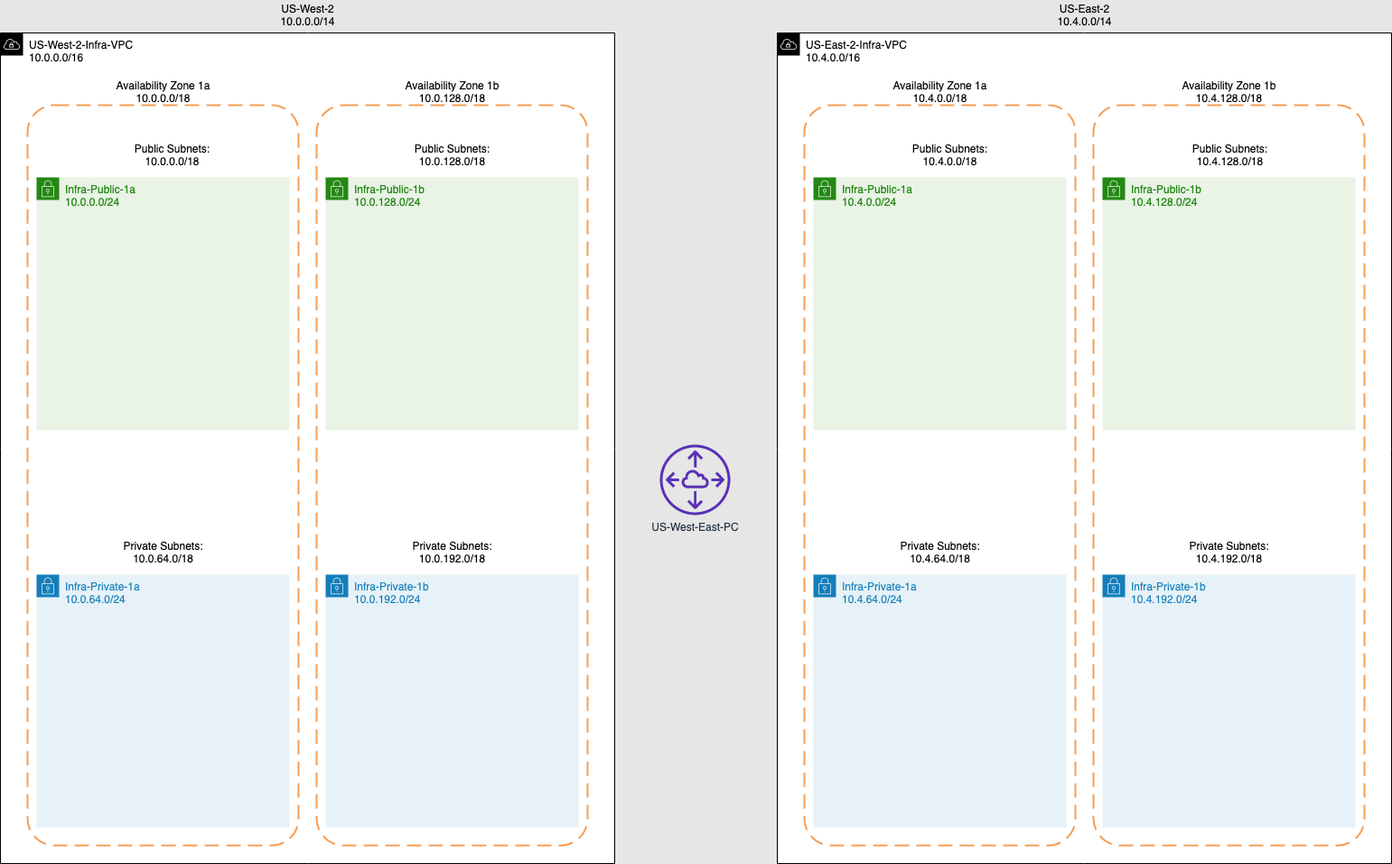
Earlier version of the draw.io export aws-infra-topology.png (that1guy15/aws-infra-terraform). Source tidied: cells renumbered, new cells last; positions are measured from the earlier drawing's top-left corner, leaving out a move shared by most shapes.
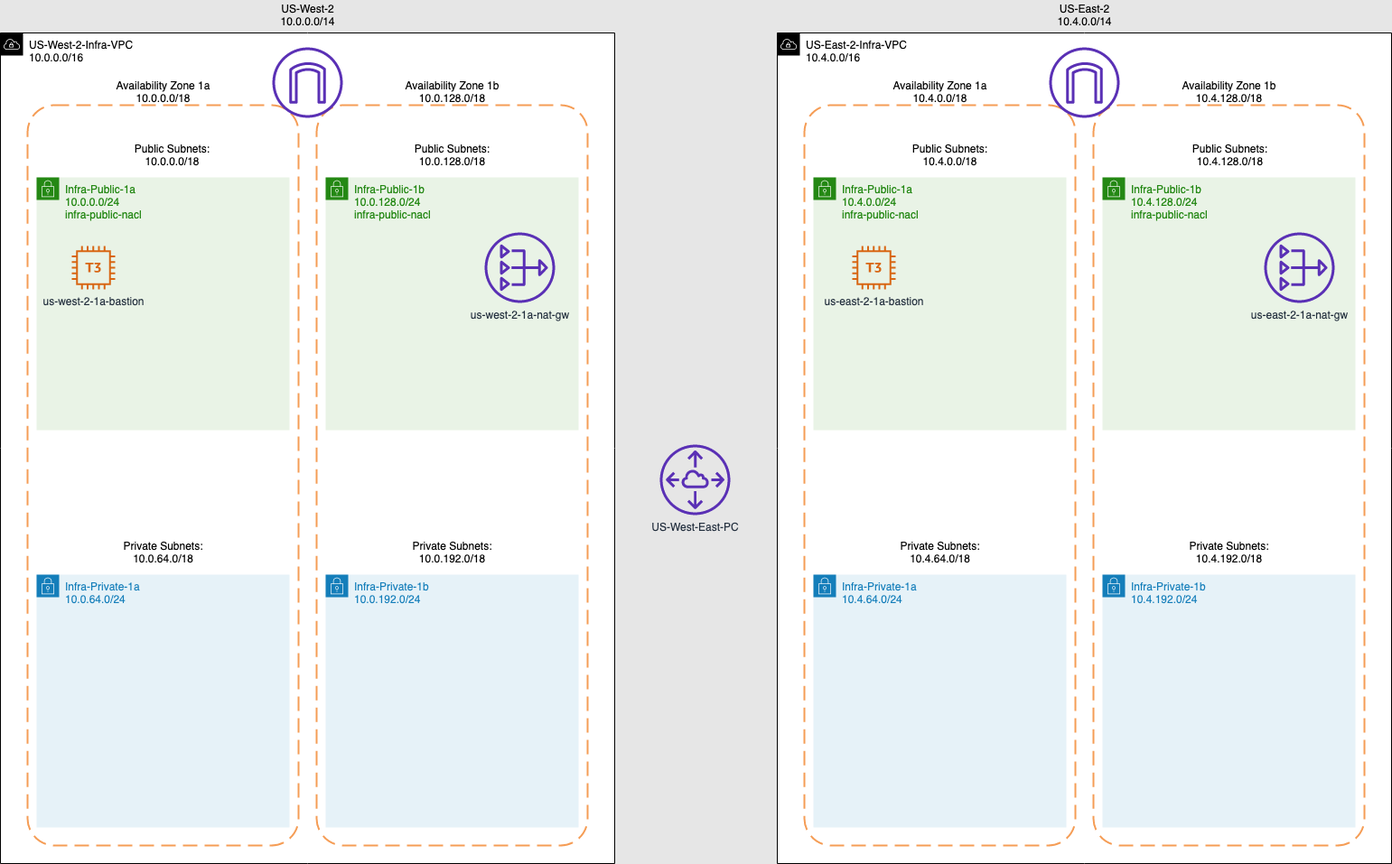
Later version of the same file.

What changed in the source:
```diff
@@ -23,10 +23,10 @@
     <mxCell id="8" value="Infra-Private-1b&lt;br&gt;10.0.192.0/24" style="gradientColor=none;html=1;whiteSpace=wrap;fontSize=12;fontStyle=0;shape=mxgraph.aws4.group;grIcon=mxgraph.aws4.group_security_group;grStroke=0;strokeColor=#147EBA;fillColor=#E6F2F8;verticalAlign=top;align=left;spacingLeft=30;fontColor=#147EBA;dashed=0;" parent="1" vertex="1">
       <mxGeometry x="360" y="636" width="280" height="280" as="geometry" />
     </mxCell>
-    <mxCell id="9" value="Infra-Public-1a&lt;br&gt;10.0.0.0/24" style="gradientColor=none;html=1;whiteSpace=wrap;fontSize=12;fontStyle=0;shape=mxgraph.aws4.group;grIcon=mxgraph.aws4.group_security_group;grStroke=0;strokeColor=#248814;fillColor=#E9F3E6;verticalAlign=top;align=left;spacingLeft=30;fontColor=#248814;dashed=0;" parent="1" vertex="1">
+    <mxCell id="9" value="Infra-Public-1a&lt;br&gt;10.0.0.0/24&lt;br&gt;infra-public-nacl" style="gradientColor=none;html=1;whiteSpace=wrap;fontSize=12;fontStyle=0;shape=mxgraph.aws4.group;grIcon=mxgraph.aws4.group_security_group;grStroke=0;strokeColor=#248814;fillColor=#E9F3E6;verticalAlign=top;align=left;spacingLeft=30;fontColor=#248814;dashed=0;" parent="1" vertex="1">
       <mxGeometry x="40" y="196" width="280" height="280" as="geometry" />
     </mxCell>
-    <mxCell id="10" value="Infra-Public-1b&lt;br&gt;10.0.128.0/24" style="gradientColor=none;html=1;whiteSpace=wrap;fontSize=12;fontStyle=0;shape=mxgraph.aws4.group;grIcon=mxgraph.aws4.group_security_group;grStroke=0;strokeColor=#248814;fillColor=#E9F3E6;verticalAlign=top;align=left;spacingLeft=30;fontColor=#248814;dashed=0;" parent="1" vertex="1">
+    <mxCell id="10" value="Infra-Public-1b&lt;br&gt;10.0.128.0/24&lt;br&gt;infra-public-nacl" style="gradientColor=none;html=1;whiteSpace=wrap;fontSize=12;fontStyle=0;shape=mxgraph.aws4.group;grIcon=mxgraph.aws4.group_security_group;grStroke=0;strokeColor=#248814;fillColor=#E9F3E6;verticalAlign=top;align=left;spacingLeft=30;fontColor=#248814;dashed=0;" parent="1" vertex="1">
       <mxGeometry x="360" y="196" width="280" height="280" as="geometry" />
     </mxCell>
     <mxCell id="11" value="Availability Zone 1a&lt;br&gt;10.0.0.0/18" style="text;html=1;align=center;verticalAlign=middle;fillColor=none;strokeColor=none;rounded=0;" parent="1" vertex="1">
@@ -59,10 +59,10 @@
     <mxCell id="20" value="Infra-Private-1b&lt;br&gt;10.4.192.0/24" style="gradientColor=none;html=1;whiteSpace=wrap;fontSize=12;fontStyle=0;shape=mxgraph.aws4.group;grIcon=mxgraph.aws4.group_security_group;grStroke=0;strokeColor=#147EBA;fillColor=#E6F2F8;verticalAlign=top;align=left;spacingLeft=30;fontColor=#147EBA;dashed=0;" parent="1" vertex="1">
       <mxGeometry x="1220" y="636" width="280" height="280" as="geometry" />
     </mxCell>
-    <mxCell id="21" value="Infra-Public-1a&lt;br&gt;10.4.0.0/24" style="gradientColor=none;html=1;whiteSpace=wrap;fontSize=12;fontStyle=0;shape=mxgraph.aws4.group;grIcon=mxgraph.aws4.group_security_group;grStroke=0;strokeColor=#248814;fillColor=#E9F3E6;verticalAlign=top;align=left;spacingLeft=30;fontColor=#248814;dashed=0;" parent="1" vertex="1">
+    <mxCell id="21" value="Infra-Public-1a&lt;br&gt;10.4.0.0/24&lt;br&gt;infra-public-nacl" style="gradientColor=none;html=1;whiteSpace=wrap;fontSize=12;fontStyle=0;shape=mxgraph.aws4.group;grIcon=mxgraph.aws4.group_security_group;grStroke=0;strokeColor=#248814;fillColor=#E9F3E6;verticalAlign=top;align=left;spacingLeft=30;fontColor=#248814;dashed=0;" parent="1" vertex="1">
       <mxGeometry x="900" y="196" width="280" height="280" as="geometry" />
     </mxCell>
-    <mxCell id="22" value="Infra-Public-1b&lt;br&gt;10.4.128.0/24" style="gradientColor=none;html=1;whiteSpace=wrap;fontSize=12;fontStyle=0;shape=mxgraph.aws4.group;grIcon=mxgraph.aws4.group_security_group;grStroke=0;strokeColor=#248814;fillColor=#E9F3E6;verticalAlign=top;align=left;spacingLeft=30;fontColor=#248814;dashed=0;" parent="1" vertex="1">
+    <mxCell id="22" value="Infra-Public-1b&lt;br&gt;10.4.128.0/24&lt;br&gt;infra-public-nacl" style="gradientColor=none;html=1;whiteSpace=wrap;fontSize=12;fontStyle=0;shape=mxgraph.aws4.group;grIcon=mxgraph.aws4.group_security_group;grStroke=0;strokeColor=#248814;fillColor=#E9F3E6;verticalAlign=top;align=left;spacingLeft=30;fontColor=#248814;dashed=0;" parent="1" vertex="1">
       <mxGeometry x="1220" y="196" width="280" height="280" as="geometry" />
     </mxCell>
     <mxCell id="23" value="Availability Zone 1a&lt;br&gt;10.4.0.0/18" style="text;html=1;align=center;verticalAlign=middle;fillColor=none;strokeColor=none;rounded=0;" parent="1" vertex="1">
@@ -89,5 +89,23 @@
     <mxCell id="30" value="US-West-East-PC" style="fontColor=#232F3E;gradientColor=none;fillColor=#5A30B5;strokeColor=none;dashed=0;verticalLabelPosition=bottom;verticalAlign=top;align=center;html=1;fontSize=12;fontStyle=0;shape=mxgraph.aws4.peering;" parent="1" vertex="1">
       <mxGeometry x="730" y="492" width="78" height="78" as="geometry" />
     </mxCell>
+    <mxCell id="31" value="us-west-2-1a-bastion&lt;br&gt;" style="fontColor=#232F3E;gradientColor=none;fillColor=#D86613;strokeColor=none;dashed=0;verticalLabelPosition=bottom;verticalAlign=top;align=center;html=1;fontSize=12;fontStyle=0;shape=mxgraph.aws4.t3_instance;" parent="1" vertex="1">
+      <mxGeometry x="79" y="272" width="48" height="48" as="geometry" />
+    </mxCell>
+    <mxCell id="32" value="us-east-2-1a-bastion" style="fontColor=#232F3E;gradientColor=none;fillColor=#D86613;strokeColor=none;dashed=0;verticalLabelPosition=bottom;verticalAlign=top;align=center;html=1;fontSize=12;fontStyle=0;shape=mxgraph.aws4.t3_instance;" parent="1" vertex="1">
+      <mxGeometry x="943" y="272" width="48" height="48" as="geometry" />
+    </mxCell>
+    <mxCell id="33" style="fontColor=#232F3E;gradientColor=none;fillColor=#5A30B5;strokeColor=none;dashed=0;verticalLabelPosition=bottom;verticalAlign=top;align=center;html=1;fontSize=12;fontStyle=0;shape=mxgraph.aws4.internet_gateway;" parent="1" vertex="1">
+      <mxGeometry x="301" y="52" width="78" height="78" as="geometry" />
+    </mxCell>
+    <mxCell id="34" style="fontColor=#232F3E;gradientColor=none;fillColor=#5A30B5;strokeColor=none;dashed=0;verticalLabelPosition=bottom;verticalAlign=top;align=center;html=1;fontSize=12;fontStyle=0;shape=mxgraph.aws4.internet_gateway;" parent="1" vertex="1">
+      <mxGeometry x="1161" y="52" width="78" height="78" as="geometry" />
+    </mxCell>
+    <mxCell id="35" value="us-west-2-1a-nat-gw" style="fontColor=#232F3E;gradientColor=none;fillColor=#5A30B5;strokeColor=none;dashed=0;verticalLabelPosition=bottom;verticalAlign=top;align=center;html=1;fontSize=12;fontStyle=0;shape=mxgraph.aws4.nat_gateway;" parent="1" vertex="1">
+      <mxGeometry x="536" y="257" width="78" height="78" as="geometry" />
+    </mxCell>
+    <mxCell id="36" value="us-east-2-1a-nat-gw" style="fontColor=#232F3E;gradientColor=none;fillColor=#5A30B5;strokeColor=none;dashed=0;verticalLabelPosition=bottom;verticalAlign=top;align=center;html=1;fontSize=12;fontStyle=0;shape=mxgraph.aws4.nat_gateway;" parent="1" vertex="1">
+      <mxGeometry x="1399" y="257" width="78" height="78" as="geometry" />
+    </mxCell>
   </root>
 </mxGraphModel>
```
